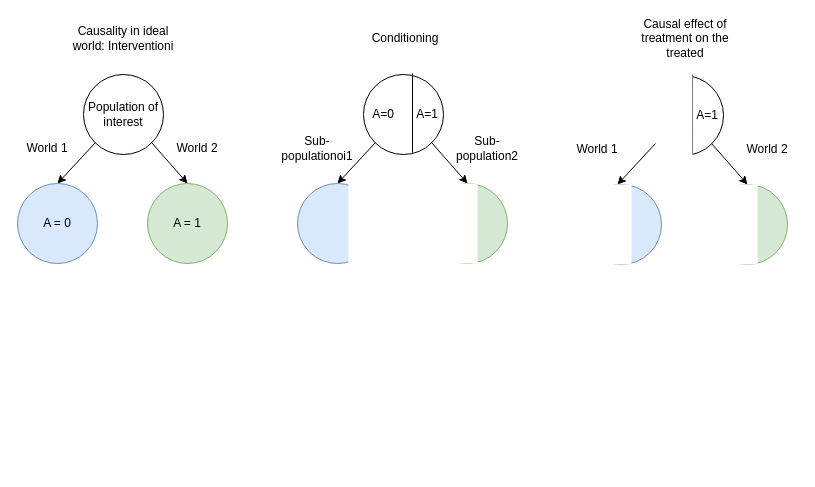
Above: causal1.drawio in kay-squared/PyTorchLearn (draw.io), before the change. Source tidied: cells renumbered, new cells numbered last; positions are measured from the earlier drawing's top-left corner, leaving out a move shared by most shapes. Both pictures are drawn from the tidied source at 100%, with x=0, y=0 at pixel (17, 18).
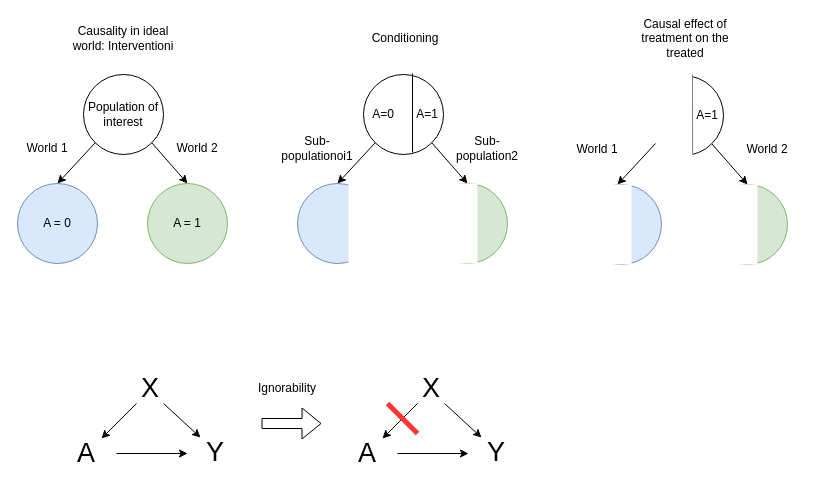
After the change.

Diff of the diagram source:
```diff
@@
+    <mxCell id="38" style="endArrow=classic;html=1;rounded=0;entryX=0.25;entryY=0;entryDx=0;entryDy=0;" parent="1" edge="1" target="42">
+      <mxGeometry relative="1" as="geometry">
+        <mxPoint x="146" y="385" as="sourcePoint" />
+      </mxGeometry>
+    </mxCell>
+    <mxCell id="39" style="endArrow=classic;html=1;rounded=0;" parent="1" edge="1" target="40">
+      <mxGeometry relative="1" as="geometry">
+        <mxPoint x="119" y="385" as="sourcePoint" />
+      </mxGeometry>
+    </mxCell>
+    <mxCell id="40" value="A" style="text;html=1;strokeColor=none;fillColor=none;align=center;verticalAlign=middle;whiteSpace=wrap;rounded=0;fontSize=27;" parent="1" vertex="1">
+      <mxGeometry x="39" y="420" width="60" height="30" as="geometry" />
+    </mxCell>
+    <mxCell id="41" value="X" style="text;html=1;strokeColor=none;fillColor=none;align=center;verticalAlign=middle;whiteSpace=wrap;rounded=0;fontSize=27;" parent="1" vertex="1">
+      <mxGeometry x="103" y="355" width="60" height="30" as="geometry" />
+    </mxCell>
+    <mxCell id="42" value="Y" style="text;html=1;strokeColor=none;fillColor=none;align=center;verticalAlign=middle;whiteSpace=wrap;rounded=0;fontSize=27;" parent="1" vertex="1">
+      <mxGeometry x="168" y="419" width="60" height="30" as="geometry" />
+    </mxCell>
+    <mxCell id="43" style="endArrow=classic;html=1;rounded=0;" parent="1" edge="1">
+      <mxGeometry relative="1" as="geometry">
+        <mxPoint x="99" y="435" as="sourcePoint" />
+        <mxPoint x="170" y="435" as="targetPoint" />
+      </mxGeometry>
+    </mxCell>
+    <mxCell id="44" style="shape=flexArrow;endArrow=classic;html=1;rounded=0;" parent="1" edge="1">
+      <mxGeometry relative="1" as="geometry">
+        <mxPoint x="244" y="405" as="sourcePoint" />
+        <mxPoint x="304" y="405" as="targetPoint" />
+      </mxGeometry>
+    </mxCell>
+    <mxCell id="45" style="endArrow=classic;html=1;rounded=0;entryX=0.25;entryY=0;entryDx=0;entryDy=0;" parent="1" edge="1" target="49">
+      <mxGeometry relative="1" as="geometry">
+        <mxPoint x="427" y="385" as="sourcePoint" />
+      </mxGeometry>
+    </mxCell>
+    <mxCell id="46" style="endArrow=classic;html=1;rounded=0;" parent="1" edge="1" target="47">
+      <mxGeometry relative="1" as="geometry">
+        <mxPoint x="400" y="385" as="sourcePoint" />
+      </mxGeometry>
+    </mxCell>
+    <mxCell id="47" value="A" style="text;html=1;strokeColor=none;fillColor=none;align=center;verticalAlign=middle;whiteSpace=wrap;rounded=0;fontSize=27;" parent="1" vertex="1">
+      <mxGeometry x="320" y="420" width="60" height="30" as="geometry" />
+    </mxCell>
+    <mxCell id="48" value="X" style="text;html=1;strokeColor=none;fillColor=none;align=center;verticalAlign=middle;whiteSpace=wrap;rounded=0;fontSize=27;" parent="1" vertex="1">
+      <mxGeometry x="384" y="355" width="60" height="30" as="geometry" />
+    </mxCell>
+    <mxCell id="49" value="Y" style="text;html=1;strokeColor=none;fillColor=none;align=center;verticalAlign=middle;whiteSpace=wrap;rounded=0;fontSize=27;" parent="1" vertex="1">
+      <mxGeometry x="449" y="419" width="60" height="30" as="geometry" />
+    </mxCell>
+    <mxCell id="50" style="endArrow=classic;html=1;rounded=0;" parent="1" edge="1">
+      <mxGeometry relative="1" as="geometry">
+        <mxPoint x="380" y="435" as="sourcePoint" />
+        <mxPoint x="451" y="435" as="targetPoint" />
+      </mxGeometry>
+    </mxCell>
+    <mxCell id="51" style="endArrow=none;html=1;rounded=0;fillColor=#f8cecc;strokeColor=#FF3333;strokeWidth=5;" parent="1" edge="1">
+      <mxGeometry relative="1" as="geometry">
+        <mxPoint x="400" y="415" as="sourcePoint" />
+        <mxPoint x="370" y="385" as="targetPoint" />
+      </mxGeometry>
+    </mxCell>
+    <mxCell id="52" value="Ignorability" style="text;html=1;strokeColor=none;fillColor=none;align=center;verticalAlign=middle;whiteSpace=wrap;rounded=0;" parent="1" vertex="1">
+      <mxGeometry x="240" y="355" width="60" height="30" as="geometry" />
+    </mxCell>
```
